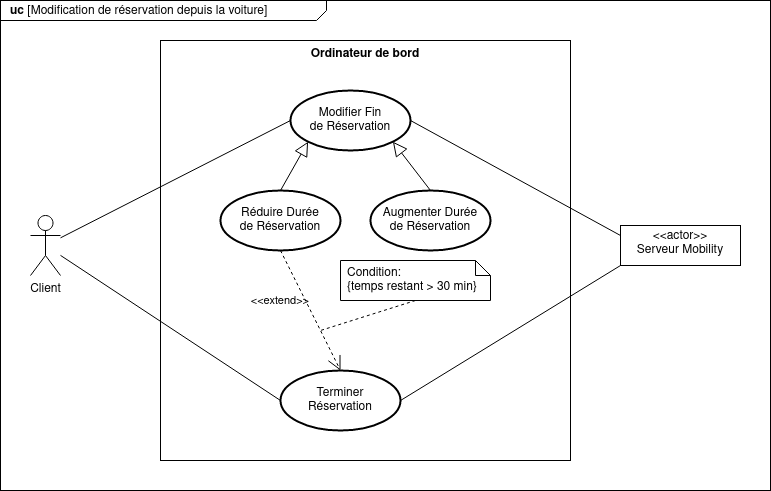
Earlier version of the draw.io export diagrammes/uc-modifier_reservation.png (Dalker/ISI-mobility). Source tidied: cells renumbered, new cells last; positions are measured from the earlier drawing's top-left corner, leaving out a move shared by most shapes.
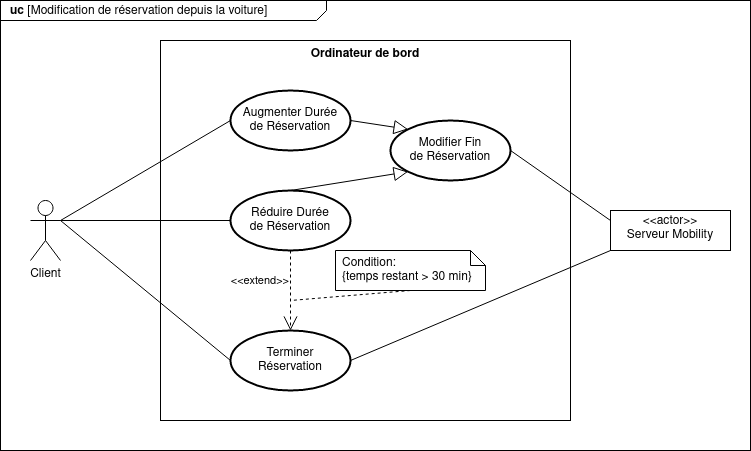
Above is the later version.

Diff of the diagram source:
```diff
@@ -3,57 +3,60 @@
     <mxCell id="0" />
     <mxCell id="1" parent="0" />
     <mxCell id="2" value="&lt;p style=&quot;margin: 0px ; margin-top: 4px ; margin-left: 10px ; text-align: left&quot;&gt;&lt;b&gt;uc &lt;/b&gt;[Modification de réservation depuis la voiture]&lt;/p&gt;" style="html=1;shape=mxgraph.sysml.package;xSize=90;align=left;spacingLeft=10;overflow=fill;strokeWidth=1;labelX=326;" parent="1" vertex="1">
-      <mxGeometry width="770" height="490" as="geometry" />
+      <mxGeometry width="750" height="450" as="geometry" />
     </mxCell>
     <mxCell id="3" value="Ordinateur de bord" style="shape=rect;html=1;verticalAlign=top;fontStyle=1;whiteSpace=wrap;align=center;" parent="1" vertex="1">
-      <mxGeometry x="160" y="40" width="410" height="420" as="geometry" />
+      <mxGeometry x="160" y="40" width="410" height="380" as="geometry" />
     </mxCell>
     <mxCell id="4" value="&lt;div&gt;Client&lt;/div&gt;" style="shape=umlActor;html=1;verticalLabelPosition=bottom;verticalAlign=top;align=center;" parent="1" vertex="1">
-      <mxGeometry x="30" y="215" width="30" height="60" as="geometry" />
+      <mxGeometry x="30" y="200" width="30" height="60" as="geometry" />
     </mxCell>
-    <mxCell id="5" style="edgeStyle=none;html=1;endArrow=none;verticalAlign=bottom;entryX=0;entryY=0.5;entryDx=0;entryDy=0;" parent="1" edge="1" source="4" target="6">
-      <mxGeometry relative="1" as="geometry" />
+    <mxCell id="5" value="&lt;div&gt;Modifier Fin&lt;/div&gt;&lt;div&gt;de Réservation&lt;br&gt;&lt;/div&gt;" style="shape=ellipse;html=1;strokeWidth=2;fontStyle=0;whiteSpace=wrap;align=center;perimeter=ellipsePerimeter;" parent="1" vertex="1">
+      <mxGeometry x="390" y="120" width="120" height="60" as="geometry" />
     </mxCell>
-    <mxCell id="6" value="&lt;div&gt;Modifier Fin&lt;/div&gt;&lt;div&gt;de Réservation&lt;br&gt;&lt;/div&gt;" style="shape=ellipse;html=1;strokeWidth=2;fontStyle=0;whiteSpace=wrap;align=center;perimeter=ellipsePerimeter;" parent="1" vertex="1">
-      <mxGeometry x="290" y="90" width="120" height="60" as="geometry" />
+    <mxCell id="6" value="&lt;div&gt;Réduire Durée&lt;/div&gt;&lt;div&gt;de Réservation&lt;br&gt;&lt;/div&gt;" style="shape=ellipse;html=1;strokeWidth=2;fontStyle=0;whiteSpace=wrap;align=center;perimeter=ellipsePerimeter;" parent="1" vertex="1">
+      <mxGeometry x="230" y="190" width="120" height="60" as="geometry" />
     </mxCell>
-    <mxCell id="7" value="&lt;div&gt;Réduire Durée&lt;/div&gt;&lt;div&gt;de Réservation&lt;br&gt;&lt;/div&gt;" style="shape=ellipse;html=1;strokeWidth=2;fontStyle=0;whiteSpace=wrap;align=center;perimeter=ellipsePerimeter;" parent="1" vertex="1">
-      <mxGeometry x="220" y="190" width="120" height="60" as="geometry" />
+    <mxCell id="7" value="&lt;div&gt;Terminer&lt;/div&gt;&lt;div&gt;Réservation&lt;br&gt;&lt;/div&gt;" style="shape=ellipse;html=1;strokeWidth=2;fontStyle=0;whiteSpace=wrap;align=center;perimeter=ellipsePerimeter;" parent="1" vertex="1">
+      <mxGeometry x="230" y="330" width="120" height="60" as="geometry" />
     </mxCell>
-    <mxCell id="8" value="&lt;div&gt;Terminer&lt;/div&gt;&lt;div&gt;Réservation&lt;br&gt;&lt;/div&gt;" style="shape=ellipse;html=1;strokeWidth=2;fontStyle=0;whiteSpace=wrap;align=center;perimeter=ellipsePerimeter;" parent="1" vertex="1">
-      <mxGeometry x="280" y="370" width="120" height="60" as="geometry" />
+    <mxCell id="8" style="edgeStyle=none;html=1;endArrow=none;verticalAlign=bottom;entryX=0;entryY=0.5;entryDx=0;entryDy=0;exitX=1;exitY=0.3333333333333333;exitDx=0;exitDy=0;exitPerimeter=0;" parent="1" edge="1" source="4" target="7">
+      <mxGeometry relative="1" as="geometry" />
     </mxCell>
-    <mxCell id="9" style="edgeStyle=none;html=1;endArrow=none;verticalAlign=bottom;entryX=0;entryY=0.5;entryDx=0;entryDy=0;" parent="1" edge="1" source="4" target="8">
-      <mxGeometry relative="1" as="geometry" />
+    <mxCell id="9" value="Condition: &#10;{temps restant &gt; 30 min}" style="shape=note;size=15;spacingLeft=5;align=left;whiteSpace=wrap;" parent="1" vertex="1">
+      <mxGeometry x="335" y="250" width="150" height="40" as="geometry" />
     </mxCell>
-    <mxCell id="10" value="Condition: &#10;{temps restant &gt; 30 min}" style="shape=note;size=15;spacingLeft=5;align=left;whiteSpace=wrap;" parent="1" vertex="1">
-      <mxGeometry x="340" y="260" width="150" height="40" as="geometry" />
+    <mxCell id="10" value="&amp;lt;&amp;lt;extend&amp;gt;&amp;gt;" style="align=right;html=1;verticalAlign=bottom;rounded=0;labelBackgroundColor=none;endArrow=open;endSize=12;dashed=1;entryX=0.5;entryY=0;entryDx=0;entryDy=0;exitX=0.5;exitY=1;exitDx=0;exitDy=0;" parent="1" edge="1" source="6" target="7">
+      <mxGeometry relative="1" as="geometry" />
     </mxCell>
-    <mxCell id="11" value="&amp;lt;&amp;lt;extend&amp;gt;&amp;gt;" style="align=right;html=1;verticalAlign=bottom;rounded=0;labelBackgroundColor=none;endArrow=open;endSize=12;dashed=1;entryX=0.5;entryY=0;entryDx=0;entryDy=0;exitX=0.5;exitY=1;exitDx=0;exitDy=0;" parent="1" edge="1" source="7" target="8">
-      <mxGeometry relative="1" as="geometry" />
+    <mxCell id="11" style="edgeStyle=none;html=1;endArrow=none;rounded=0;labelBackgroundColor=none;dashed=1;exitX=0.5;exitY=1;" parent="1" edge="1" source="9">
+      <mxGeometry relative="1" as="geometry">
+        <mxPoint x="290" y="300" as="targetPoint" />
+      </mxGeometry>
     </mxCell>
-    <mxCell id="12" style="edgeStyle=none;html=1;endArrow=none;rounded=0;labelBackgroundColor=none;dashed=1;exitX=0.5;exitY=1;" parent="1" edge="1" source="10">
-      <mxGeometry relative="1" as="geometry">
-        <mxPoint x="320" y="330" as="targetPoint" />
-      </mxGeometry>
+    <mxCell id="12" value="&lt;p style=&quot;margin: 0px ; margin-top: 4px ; text-align: center&quot;&gt;&amp;lt;&amp;lt;actor&amp;gt;&amp;gt;&lt;br&gt;Serveur Mobility&lt;/p&gt;" style="shape=rect;html=1;overflow=fill;html=1;whiteSpace=wrap;align=center;" parent="1" vertex="1">
+      <mxGeometry x="610" y="210" width="120" height="40" as="geometry" />
     </mxCell>
-    <mxCell id="13" value="&lt;p style=&quot;margin: 0px ; margin-top: 4px ; text-align: center&quot;&gt;&amp;lt;&amp;lt;actor&amp;gt;&amp;gt;&lt;br&gt;Serveur Mobility&lt;/p&gt;" style="shape=rect;html=1;overflow=fill;html=1;whiteSpace=wrap;align=center;" parent="1" vertex="1">
-      <mxGeometry x="620" y="225" width="120" height="40" as="geometry" />
+    <mxCell id="13" style="edgeStyle=none;html=1;endArrow=none;verticalAlign=bottom;entryX=0;entryY=0.25;entryDx=0;entryDy=0;exitX=1;exitY=0.5;exitDx=0;exitDy=0;" parent="1" edge="1" source="5" target="12">
+      <mxGeometry relative="1" as="geometry" />
     </mxCell>
-    <mxCell id="14" style="edgeStyle=none;html=1;endArrow=none;verticalAlign=bottom;entryX=0;entryY=0.25;entryDx=0;entryDy=0;exitX=1;exitY=0.5;exitDx=0;exitDy=0;" parent="1" edge="1" source="6" target="13">
+    <mxCell id="14" style="edgeStyle=none;html=1;endArrow=none;verticalAlign=bottom;entryX=0;entryY=1;entryDx=0;entryDy=0;exitX=1;exitY=0.5;exitDx=0;exitDy=0;" parent="1" edge="1" source="7" target="12">
       <mxGeometry relative="1" as="geometry" />
     </mxCell>
-    <mxCell id="15" style="edgeStyle=none;html=1;endArrow=none;verticalAlign=bottom;entryX=0;entryY=1;entryDx=0;entryDy=0;exitX=1;exitY=0.5;exitDx=0;exitDy=0;" parent="1" edge="1" source="8" target="13">
-      <mxGeometry relative="1" as="geometry" />
+    <mxCell id="15" value="&lt;div&gt;Augmenter Durée&lt;br&gt;&lt;/div&gt;&lt;div&gt;de Réservation&lt;br&gt;&lt;/div&gt;" style="shape=ellipse;html=1;strokeWidth=2;fontStyle=0;whiteSpace=wrap;align=center;perimeter=ellipsePerimeter;" parent="1" vertex="1">
+      <mxGeometry x="230" y="90" width="120" height="60" as="geometry" />
     </mxCell>
-    <mxCell id="16" value="&lt;div&gt;Augmenter Durée&lt;br&gt;&lt;/div&gt;&lt;div&gt;de Réservation&lt;br&gt;&lt;/div&gt;" style="shape=ellipse;html=1;strokeWidth=2;fontStyle=0;whiteSpace=wrap;align=center;perimeter=ellipsePerimeter;" parent="1" vertex="1">
-      <mxGeometry x="370" y="190" width="120" height="60" as="geometry" />
+    <mxCell id="16" style="edgeStyle=none;html=1;endArrow=block;endFill=0;endSize=12;verticalAlign=bottom;entryX=0;entryY=1;entryDx=0;entryDy=0;exitX=0.5;exitY=0;exitDx=0;exitDy=0;" parent="1" edge="1" source="6" target="5">
+      <mxGeometry relative="1" as="geometry" />
     </mxCell>
-    <mxCell id="17" style="edgeStyle=none;html=1;endArrow=block;endFill=0;endSize=12;verticalAlign=bottom;entryX=0;entryY=1;entryDx=0;entryDy=0;exitX=0.5;exitY=0;exitDx=0;exitDy=0;" parent="1" edge="1" source="7" target="6">
+    <mxCell id="17" style="edgeStyle=none;html=1;endArrow=block;endFill=0;endSize=12;verticalAlign=bottom;entryX=0;entryY=0;entryDx=0;entryDy=0;exitX=1;exitY=0.5;exitDx=0;exitDy=0;" parent="1" edge="1" source="15" target="5">
       <mxGeometry relative="1" as="geometry" />
     </mxCell>
-    <mxCell id="18" style="edgeStyle=none;html=1;endArrow=block;endFill=0;endSize=12;verticalAlign=bottom;entryX=1;entryY=1;entryDx=0;entryDy=0;exitX=0.5;exitY=0;exitDx=0;exitDy=0;" parent="1" edge="1" source="16" target="6">
+    <mxCell id="18" style="edgeStyle=none;html=1;endArrow=none;verticalAlign=bottom;entryX=0;entryY=0.5;entryDx=0;entryDy=0;exitX=1;exitY=0.3333333333333333;exitDx=0;exitDy=0;exitPerimeter=0;" parent="1" edge="1" source="4" target="15">
       <mxGeometry relative="1" as="geometry" />
     </mxCell>
+    <mxCell id="19" style="edgeStyle=none;html=1;endArrow=none;verticalAlign=bottom;entryX=0;entryY=0.5;entryDx=0;entryDy=0;exitX=1;exitY=0.3333333333333333;exitDx=0;exitDy=0;exitPerimeter=0;" parent="1" edge="1" source="4" target="6">
+      <mxGeometry relative="1" as="geometry" />
+    </mxCell>
   </root>
 </mxGraphModel>
```
